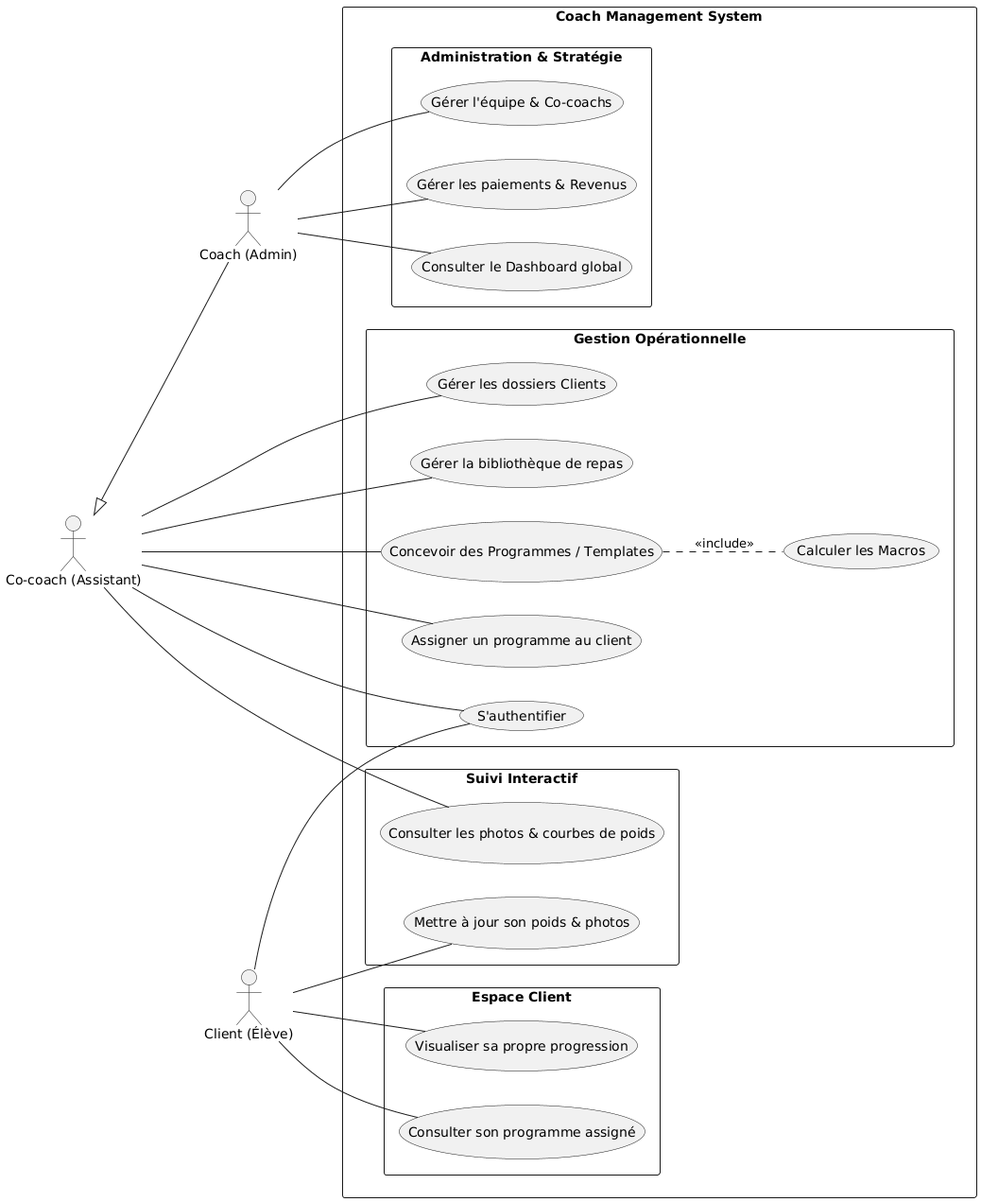
Above: Rapport/Images/usecase-global.png in BenTaleb-Mehdi/Project-PFE (PlantUML), before the change. Source of this version:
```plantuml
@startuml
left to right direction
skinparam packageStyle rectangle
skinparam shadowing false

actor "Coach (Admin)" as Admin
actor "Co-coach (Assistant)" as Staff
actor "Client (Élève)" as Client

Staff <|-- Admin

rectangle "Coach Management System" {

  package "Administration & Stratégie" {
    Admin -- (Gérer l'équipe & Co-coachs)
    Admin -- (Gérer les paiements & Revenus)
    Admin -- (Consulter le Dashboard global)
  }

  package "Gestion Opérationnelle" {
    Staff -- (S'authentifier)
    Staff -- (Gérer les dossiers Clients)
    Staff -- (Gérer la bibliothèque de repas)
    Staff -- (Concevoir des Programmes / Templates)
    (Concevoir des Programmes / Templates) .. (Calculer les Macros) : <<include>>
    Staff -- (Assigner un programme au client)
  }

  package "Suivi Interactif" {
    Staff -- (Consulter les photos & courbes de poids)
    Client -- (Mettre à jour son poids & photos)
  }

  package "Espace Client" {
    Client -- (S'authentifier)
    Client -- (Consulter son programme assigné)
    Client -- (Visualiser sa propre progression)
  }
}
@enduml
```
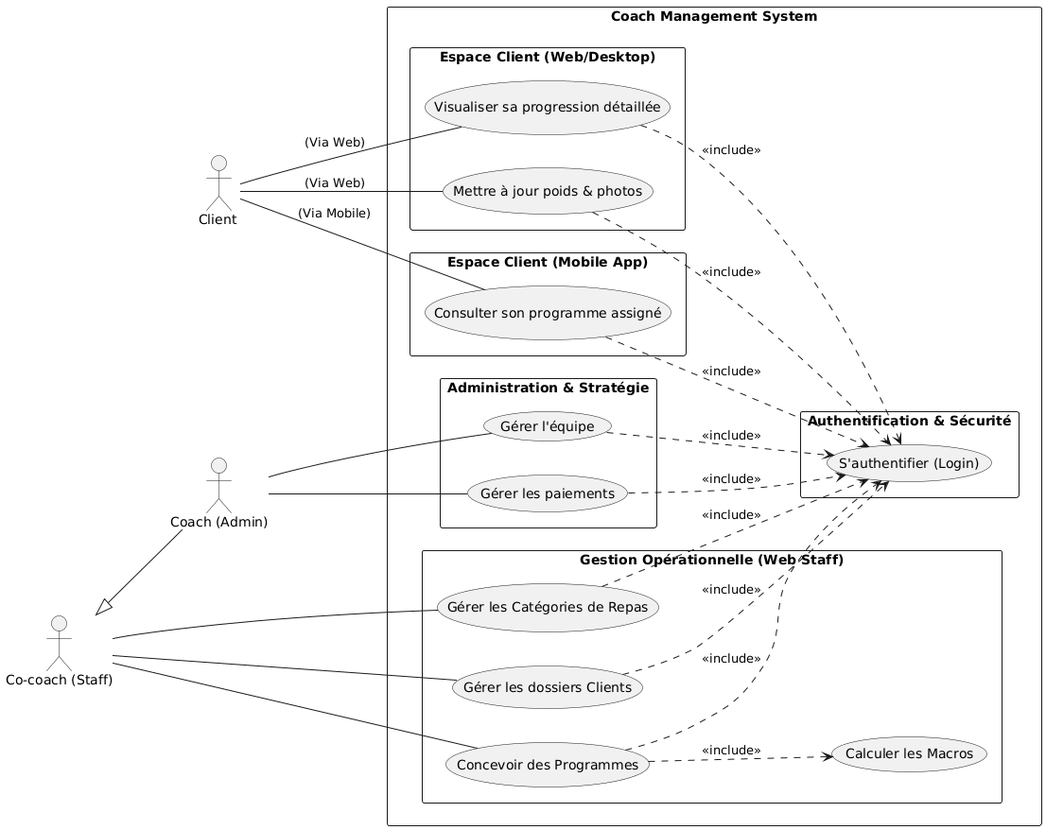
Later version of the same file.

Commit message:
feat: Add client-side program history page mock-up and initial analysis/presentation assets.

Diff of the diagram source:
```diff
@@ -3,38 +3,61 @@
 skinparam packageStyle rectangle
 skinparam shadowing false
 
+actor "Client " as Client
+actor "Co-coach (Staff)" as Staff
 actor "Coach (Admin)" as Admin
-actor "Co-coach (Assistant)" as Staff
-actor "Client (Élève)" as Client
 
 Staff <|-- Admin
 
 rectangle "Coach Management System" {
 
-  package "Administration & Stratégie" {
-    Admin -- (Gérer l'équipe & Co-coachs)
-    Admin -- (Gérer les paiements & Revenus)
-    Admin -- (Consulter le Dashboard global)
+  package "Authentification & Sécurité" {
+    usecase "S'authentifier (Login)" as Login
   }
 
-  package "Gestion Opérationnelle" {
-    Staff -- (S'authentifier)
-    Staff -- (Gérer les dossiers Clients)
-    Staff -- (Gérer la bibliothèque de repas)
-    Staff -- (Concevoir des Programmes / Templates)
-    (Concevoir des Programmes / Templates) .. (Calculer les Macros) : <<include>>
-    Staff -- (Assigner un programme au client)
+  package "Espace Client (Web/Desktop)" {
+    usecase "Mettre à jour poids & photos" as UpdateStats
+    usecase "Visualiser sa progression détaillée" as ViewProgress
+
+    UpdateStats ..> Login : <<include>>
+    ViewProgress ..> Login : <<include>>
   }
 
-  package "Suivi Interactif" {
-    Staff -- (Consulter les photos & courbes de poids)
-    Client -- (Mettre à jour son poids & photos)
+  package "Espace Client (Mobile App)" {
+    usecase "Consulter son programme assigné" as ViewProg
+
+    ViewProg ..> Login : <<include>>
   }
 
-  package "Espace Client" {
-    Client -- (S'authentifier)
-    Client -- (Consulter son programme assigné)
-    Client -- (Visualiser sa propre progression)
+  package "Gestion Opérationnelle (Web Staff)" {
+    usecase "Gérer les dossiers Clients" as ManageClients
+    usecase "Concevoir des Programmes" as DesignProgs
+    usecase "Gérer les Catégories de Repas" as ManageCats
+    usecase "Calculer les Macros" as CalcMacros
+
+    ManageClients ..> Login : <<include>>
+    DesignProgs ..> Login : <<include>>
+    ManageCats ..> Login : <<include>>
+    DesignProgs ..> CalcMacros : <<include>>
+  }
+
+  package "Administration & Stratégie" {
+    usecase "Gérer l'équipe" as ManageStaff
+    usecase "Gérer les paiements" as ManageMoney
+
+    ManageStaff ..> Login : <<include>>
+    ManageMoney ..> Login : <<include>>
   }
 }
+
+Client -- ViewProg : "(Via Mobile)"
+Client -- UpdateStats : "(Via Web)"
+Client -- ViewProgress : "(Via Web)"
+
+Staff -- ManageClients
+Staff -- DesignProgs
+Staff -- ManageCats
+
+Admin -- ManageStaff
+Admin -- ManageMoney
 @enduml
```
